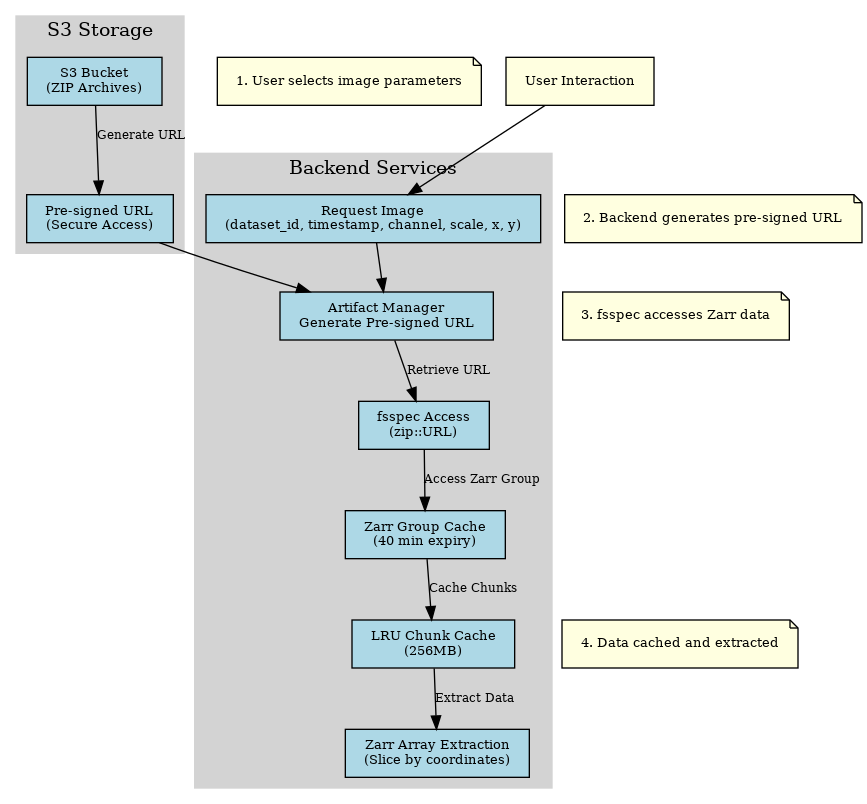
This is docs/assets/zarr_image_workflow.png from cccoolll/squid-control, a Graphviz export, as it was before one commit. Its source is kept beside it as docs/zarr_image_workflow.dot.
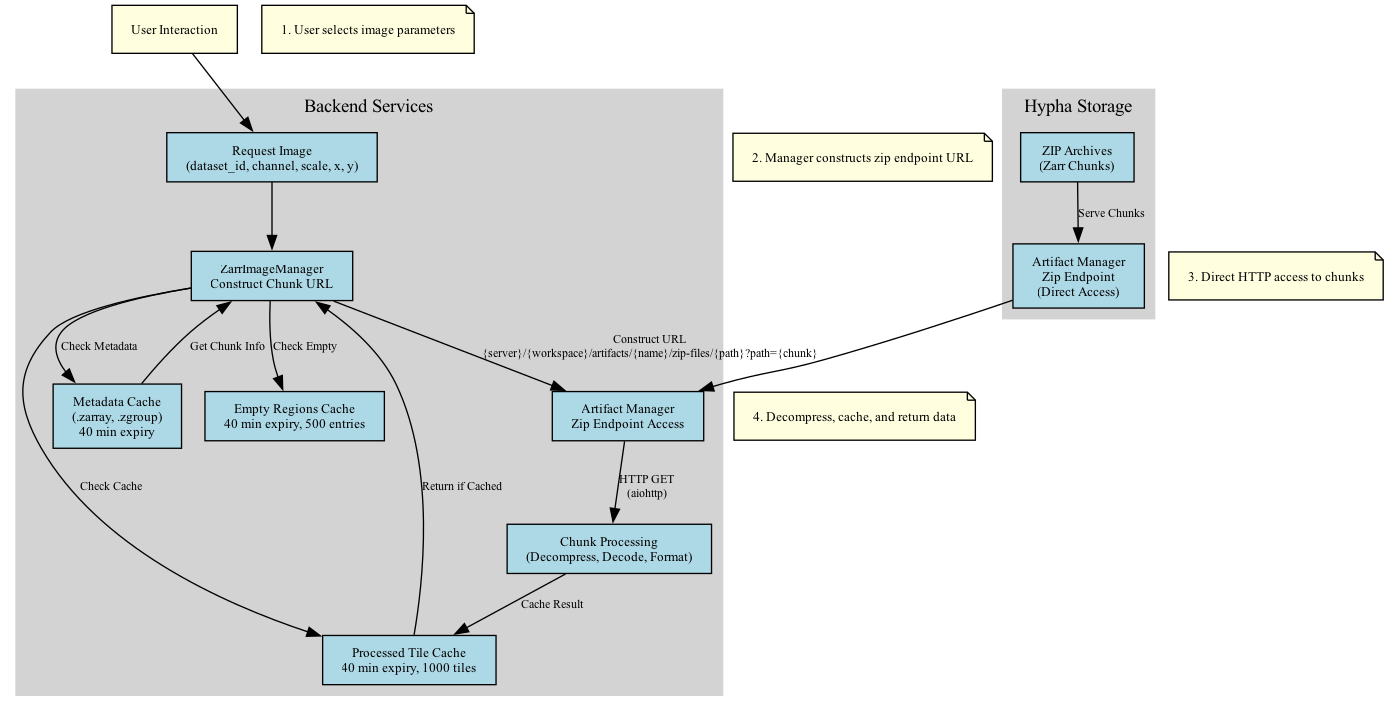
Above is the later version.

Commit message:
update workflow diagram

The edit, as a diff of the source:
```diff
@@ -4,7 +4,7 @@
     edge [fontsize=9];
 
     user [label="User Interaction", fillcolor=lightyellow];
-    request_image [label="Request Image\n(dataset_id, timestamp, channel, scale, x, y)"];
+    request_image [label="Request Image\n(dataset_id, channel, scale, x, y)"];
     user -> request_image;
 
     subgraph cluster_backend {
@@ -12,38 +12,43 @@
         style=filled;
         color=lightgrey;
 
-        artifact_manager [label="Artifact Manager\nGenerate Pre-signed URL"];
-        fsspec_access [label="fsspec Access\n(zip::URL)"];
-        zarr_cache [label="Zarr Group Cache\n(40 min expiry)"];
-        lru_cache [label="LRU Chunk Cache\n(256MB)"];
-        zarr_extraction [label="Zarr Array Extraction\n(Slice by coordinates)"];
+        zarr_manager [label="ZarrImageManager\nConstruct Chunk URL"];
+        artifact_manager [label="Artifact Manager\nZip Endpoint Access"];
+        metadata_cache [label="Metadata Cache\n(.zarray, .zgroup)\n40 min expiry"];
+        tile_cache [label="Processed Tile Cache\n40 min expiry, 1000 tiles"];
+        empty_regions_cache [label="Empty Regions Cache\n40 min expiry, 500 entries"];
+        chunk_processing [label="Chunk Processing\n(Decompress, Decode, Format)"];
 
-        request_image -> artifact_manager;
-        artifact_manager -> fsspec_access [label="Retrieve URL"];
-        fsspec_access -> zarr_cache [label="Access Zarr Group"];
-        zarr_cache -> lru_cache [label="Cache Chunks"];
-        lru_cache -> zarr_extraction [label="Extract Data"];
+        request_image -> zarr_manager;
+        zarr_manager -> metadata_cache [label="Check Metadata"];
+        metadata_cache -> zarr_manager [label="Get Chunk Info"];
+        zarr_manager -> tile_cache [label="Check Cache"];
+        tile_cache -> zarr_manager [label="Return if Cached"];
+        zarr_manager -> empty_regions_cache [label="Check Empty"];
+        zarr_manager -> artifact_manager [label="Construct URL\n{server}/{workspace}/artifacts/{name}/zip-files/{path}?path={chunk}"];
+        artifact_manager -> chunk_processing [label="HTTP GET\n(aiohttp)"];
+        chunk_processing -> tile_cache [label="Cache Result"];
     }
 
-    subgraph cluster_s3 {
-        label="S3 Storage";
+    subgraph cluster_storage {
+        label="Hypha Storage";
         style=filled;
         color=lightgrey;
 
-        s3_bucket [label="S3 Bucket\n(ZIP Archives)"];
-        pre_signed_url [label="Pre-signed URL\n(Secure Access)"];
+        zip_archives [label="ZIP Archives\n(Zarr Chunks)"];
+        zip_endpoint [label="Artifact Manager\nZip Endpoint\n(Direct Access)"];
 
-        s3_bucket -> pre_signed_url [label="Generate URL"];
-        pre_signed_url -> artifact_manager;
+        zip_archives -> zip_endpoint [label="Serve Chunks"];
+        zip_endpoint -> artifact_manager;
     }
 
     data_flow1 [shape=note, fillcolor=lightyellow, label="1. User selects image parameters"];
-    data_flow2 [shape=note, fillcolor=lightyellow, label="2. Backend generates pre-signed URL"];
-    data_flow3 [shape=note, fillcolor=lightyellow, label="3. fsspec accesses Zarr data"];
-    data_flow4 [shape=note, fillcolor=lightyellow, label="4. Data cached and extracted"];
+    data_flow2 [shape=note, fillcolor=lightyellow, label="2. Manager constructs zip endpoint URL"];
+    data_flow3 [shape=note, fillcolor=lightyellow, label="3. Direct HTTP access to chunks"];
+    data_flow4 [shape=note, fillcolor=lightyellow, label="4. Decompress, cache, and return data"];
 
     data_flow1 -> request_image [style=invis];
-    data_flow2 -> artifact_manager [style=invis];
-    data_flow3 -> fsspec_access [style=invis];
-    data_flow4 -> zarr_extraction [style=invis];
+    data_flow2 -> zarr_manager [style=invis];
+    data_flow3 -> artifact_manager [style=invis];
+    data_flow4 -> chunk_processing [style=invis];
 }
```
